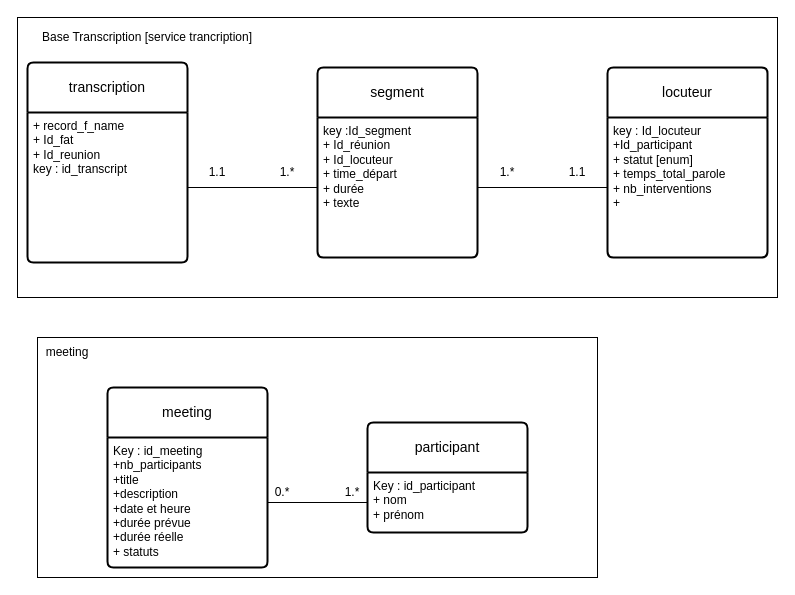
This is projet_devops_transcript.drawio from apokalipta/Projet_Dev-ops, a draw.io file, before an edit. Source tidied: cells renumbered, new cells numbered last; positions are measured from the earlier drawing's top-left corner, leaving out a move shared by most shapes. Both pictures are drawn from the tidied source at 100%, with x=0, y=0 at pixel (17, 17).
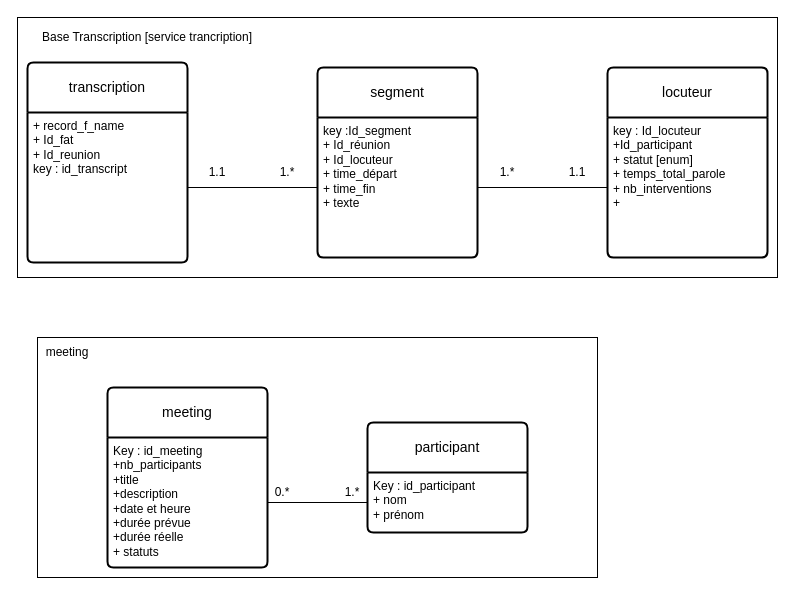
The same page after the edit.

Commit message (it also covers changes not shown here):
Modification du document de base de données + Ajout API's doc

The change refers to these unchanged cells:
```xml
<mxCell id="4" value="segment" style="swimlane;horizontal=1;startSize=50;rounded=1;fontSize=14;fontStyle=0;strokeWidth=2;shadow=0;dashed=0;align=center;arcSize=4;whiteSpace=wrap;html=1;" parent="1" vertex="1">
  <mxGeometry x="300" y="50" width="160" height="190" as="geometry" />
</mxCell>
```

What changed in the source:
```diff
@@
+    <mxCell id="8" style="rounded=0;whiteSpace=wrap;html=1;fillColor=none;labelBackgroundColor=none;" parent="4" vertex="1">
+      <mxGeometry y="50" width="160" as="geometry" />
+    </mxCell>
-    <mxCell id="5" value="key :Id_segment&lt;br&gt;+ Id_réunion&lt;br&gt;+ Id_locuteur&lt;br&gt;+ time_départ&lt;br&gt;+ durée&lt;br&gt;+ texte" style="align=left;strokeColor=none;fillColor=none;spacingLeft=4;fontSize=12;verticalAlign=top;html=1;" parent="4" vertex="1">
+    <mxCell id="5" value="key :Id_segment&lt;br&gt;+ Id_réunion&lt;br&gt;+ Id_locuteur&lt;br&gt;+ time_départ&lt;br&gt;+ time_fin&lt;br&gt;+ texte" style="align=left;strokeColor=none;fillColor=none;spacingLeft=4;fontSize=12;verticalAlign=top;html=1;" parent="4" vertex="1">
       <mxGeometry y="50" width="160" height="140" as="geometry" />
     </mxCell>
@@
-    <mxCell id="8" style="rounded=0;whiteSpace=wrap;html=1;fillColor=none;" parent="1" vertex="1">
-      <mxGeometry width="760" height="280" as="geometry" />
-    </mxCell>
@@
+    <mxCell id="25" style="rounded=0;whiteSpace=wrap;html=1;fillColor=none;" parent="1" vertex="1">
+      <mxGeometry width="760" height="260" as="geometry" />
+    </mxCell>
```
